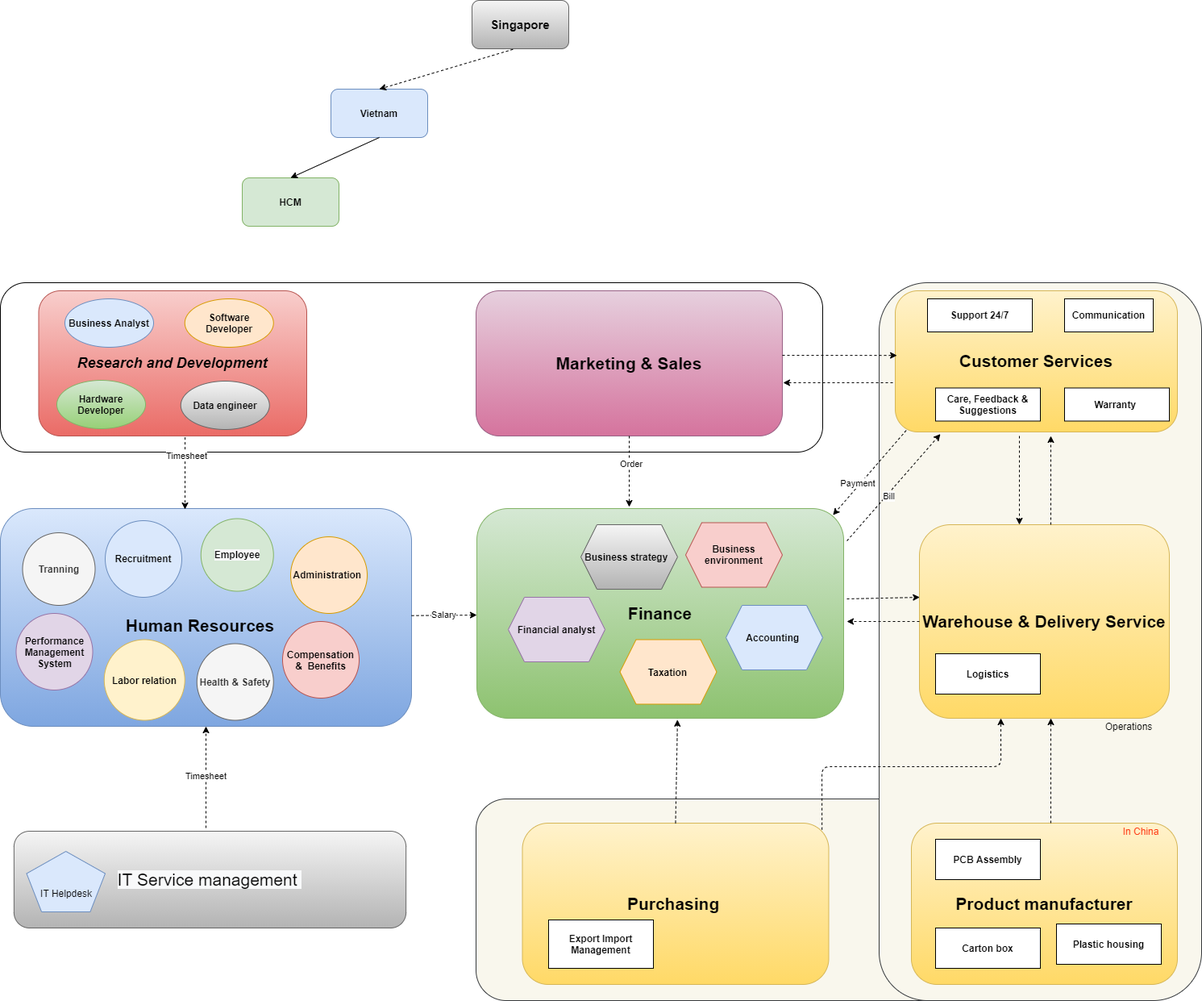
The draw.io diagram 03_staff/01_image/Department_Organizational_chart-Org_Chart.png in letrthong/business, before a commit. Source tidied: cells renumbered, new cells last; positions are measured from the earlier drawing's top-left corner, leaving out a move shared by most shapes.
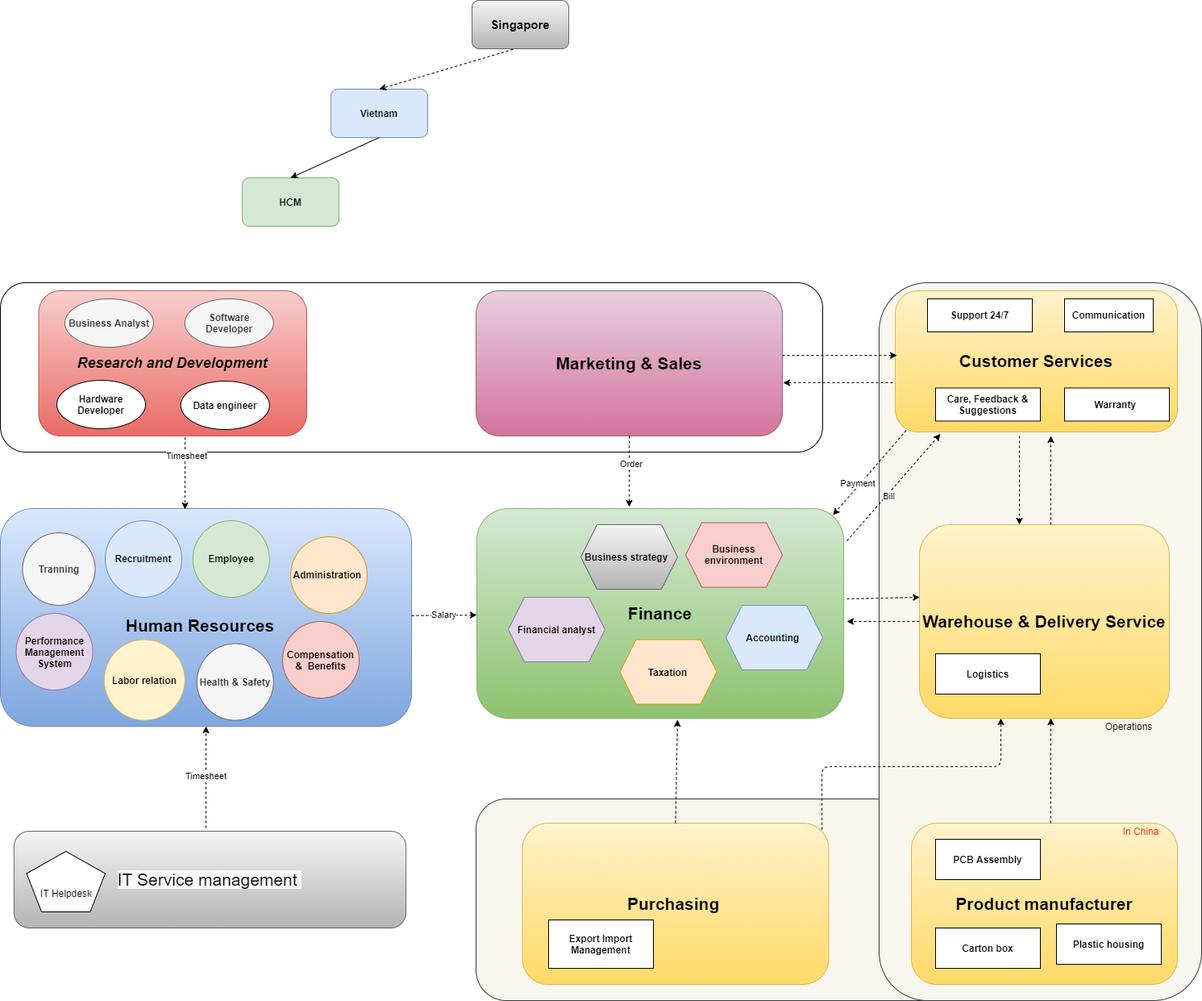
Later version of the same file.

The edit, as a diff of the source:
```diff
@@ -53,9 +53,6 @@
     <mxCell id="18" value="&lt;span&gt;&lt;b&gt;Recruitment&lt;/b&gt;&lt;/span&gt;" style="ellipse;whiteSpace=wrap;html=1;fillColor=#dae8fc;strokeColor=#6c8ebf;" parent="1" vertex="1">
       <mxGeometry x="130" y="645" width="95" height="95" as="geometry" />
     </mxCell>
-    <mxCell id="19" value="&lt;b&gt;&lt;span style=&quot;color: rgb(0 , 0 , 0) ; font-family: &amp;#34;helvetica&amp;#34; ; font-size: 12px ; font-style: normal ; letter-spacing: normal ; text-align: center ; text-indent: 0px ; text-transform: none ; word-spacing: 0px ; background-color: rgb(248 , 249 , 250) ; display: inline ; float: none&quot;&gt;Employee&lt;/span&gt;&lt;br&gt;&lt;/b&gt;" style="ellipse;whiteSpace=wrap;html=1;fillColor=#d5e8d4;strokeColor=#82b366;" parent="1" vertex="1">
-      <mxGeometry x="248.8" y="642.5" width="90" height="90" as="geometry" />
-    </mxCell>
     <mxCell id="20" value="&lt;b&gt;Health &amp;amp; Safety&lt;/b&gt;" style="ellipse;whiteSpace=wrap;html=1;fillColor=#f5f5f5;strokeColor=#666666;fontColor=#333333;" parent="1" vertex="1">
       <mxGeometry x="243.8" y="797.5" width="95" height="95" as="geometry" />
     </mxCell>
@@ -182,22 +179,22 @@
     <mxCell id="51" value="&lt;span&gt;&lt;b&gt;Business environment&lt;/b&gt;&lt;/span&gt;" style="shape=hexagon;perimeter=hexagonPerimeter2;whiteSpace=wrap;html=1;fixedSize=1;fillColor=#f8cecc;strokeColor=#b85450;" parent="1" vertex="1">
       <mxGeometry x="850" y="647.5" width="120" height="80" as="geometry" />
     </mxCell>
-    <mxCell id="52" value="&lt;span&gt;&lt;b&gt;Business Analyst&lt;/b&gt;&lt;/span&gt;" style="ellipse;whiteSpace=wrap;html=1;fillColor=#dae8fc;strokeColor=#6c8ebf;" parent="1" vertex="1">
+    <mxCell id="52" value="&lt;span&gt;&lt;b&gt;Business Analyst&lt;/b&gt;&lt;/span&gt;" style="ellipse;whiteSpace=wrap;html=1;fillColor=#f5f5f5;strokeColor=#666666;fontColor=#333333;" parent="1" vertex="1">
       <mxGeometry x="80" y="370" width="110" height="60" as="geometry" />
     </mxCell>
-    <mxCell id="53" value="&lt;b&gt;Software Developer&lt;/b&gt;" style="ellipse;whiteSpace=wrap;html=1;fillColor=#ffe6cc;strokeColor=#d79b00;" parent="1" vertex="1">
+    <mxCell id="53" value="&lt;b&gt;Software Developer&lt;/b&gt;" style="ellipse;whiteSpace=wrap;html=1;fillColor=#f5f5f5;strokeColor=#666666;fontColor=#333333;" parent="1" vertex="1">
       <mxGeometry x="228.8" y="370" width="110" height="60" as="geometry" />
     </mxCell>
-    <mxCell id="54" value="&lt;b&gt;Hardware Developer&lt;/b&gt;" style="ellipse;whiteSpace=wrap;html=1;fillColor=#d5e8d4;strokeColor=#82b366;gradientColor=#97d077;" parent="1" vertex="1">
+    <mxCell id="54" value="&lt;b&gt;Hardware Developer&lt;/b&gt;" style="ellipse;whiteSpace=wrap;html=1;" parent="1" vertex="1">
       <mxGeometry x="70" y="471" width="110" height="60" as="geometry" />
     </mxCell>
-    <mxCell id="55" value="&lt;br&gt;&lt;br&gt;&lt;span style=&quot;font-family: &amp;#34;helvetica&amp;#34;&quot;&gt;IT&amp;nbsp;&lt;/span&gt;&lt;span style=&quot;font-family: &amp;#34;helvetica&amp;#34;&quot;&gt;Helpdesk&lt;/span&gt;" style="whiteSpace=wrap;html=1;shape=mxgraph.basic.pentagon;fillColor=#dae8fc;strokeColor=#6c8ebf;" parent="1" vertex="1">
+    <mxCell id="55" value="&lt;br&gt;&lt;br&gt;&lt;span style=&quot;font-family: &amp;#34;helvetica&amp;#34;&quot;&gt;IT&amp;nbsp;&lt;/span&gt;&lt;span style=&quot;font-family: &amp;#34;helvetica&amp;#34;&quot;&gt;Helpdesk&lt;/span&gt;" style="whiteSpace=wrap;html=1;shape=mxgraph.basic.pentagon;" parent="1" vertex="1">
       <mxGeometry x="32.5" y="1055" width="97.5" height="75" as="geometry" />
     </mxCell>
     <mxCell id="56" value="&lt;b&gt;Business strategy&amp;nbsp;&amp;nbsp;&lt;/b&gt;" style="shape=hexagon;perimeter=hexagonPerimeter2;whiteSpace=wrap;html=1;fixedSize=1;fillColor=#f5f5f5;strokeColor=#666666;gradientColor=#b3b3b3;" parent="1" vertex="1">
       <mxGeometry x="720" y="650" width="120" height="80" as="geometry" />
     </mxCell>
-    <mxCell id="57" value="&lt;b&gt;Data engineer&lt;/b&gt;" style="ellipse;whiteSpace=wrap;html=1;fillColor=#f5f5f5;strokeColor=#666666;gradientColor=#b3b3b3;" parent="1" vertex="1">
+    <mxCell id="57" value="&lt;b&gt;Data engineer&lt;/b&gt;" style="ellipse;whiteSpace=wrap;html=1;" parent="1" vertex="1">
       <mxGeometry x="223.8" y="472" width="110" height="60" as="geometry" />
     </mxCell>
     <mxCell id="58" value="&lt;b&gt;&lt;font style=&quot;font-size: 12px&quot;&gt;Export Import Management&lt;/font&gt;&lt;/b&gt;" style="rounded=0;whiteSpace=wrap;html=1;" parent="1" vertex="1">
@@ -230,5 +227,8 @@
     <mxCell id="67" value="&lt;b&gt;Compensation &amp;amp;&amp;nbsp; Benefits&lt;/b&gt;" style="ellipse;whiteSpace=wrap;html=1;fillColor=#f8cecc;strokeColor=#b85450;" parent="1" vertex="1">
       <mxGeometry x="350" y="770" width="95" height="95" as="geometry" />
     </mxCell>
+    <mxCell id="19" value="&lt;b&gt;Employee&lt;/b&gt;" style="ellipse;whiteSpace=wrap;html=1;fillColor=#d5e8d4;strokeColor=#82b366;" parent="1" vertex="1">
+      <mxGeometry x="238.8" y="645" width="95" height="95" as="geometry" />
+    </mxCell>
   </root>
 </mxGraphModel>
```
